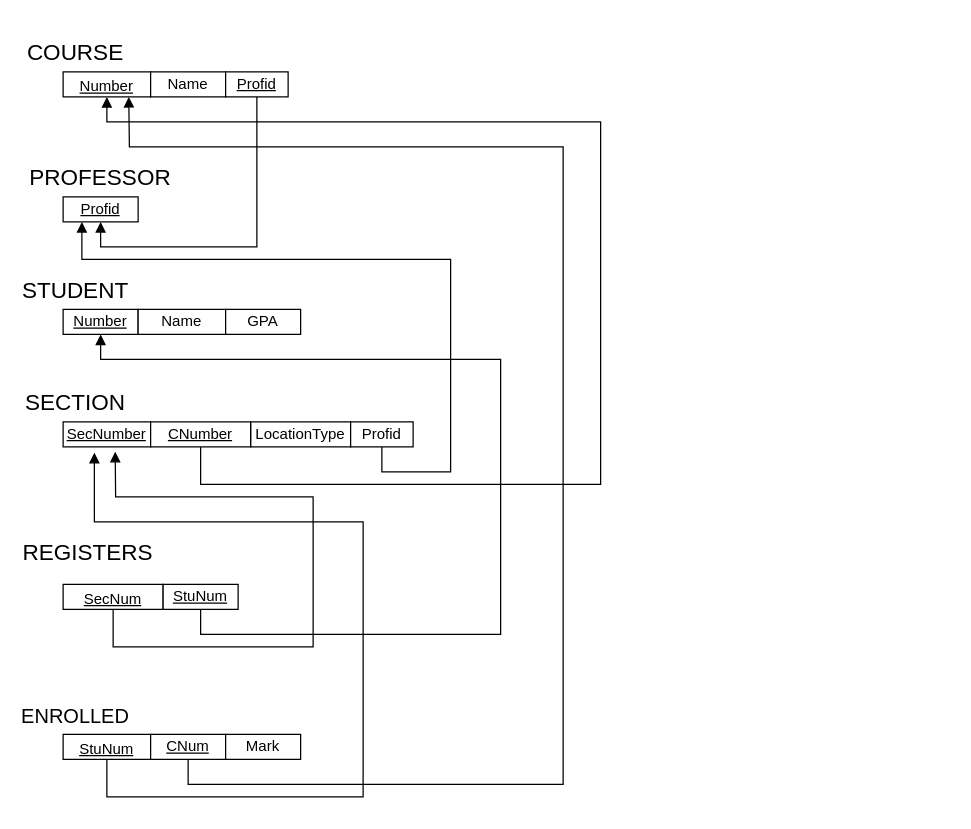
The draw.io diagram 3421q4.drawio in DylanBriSmith/DylanBriSmith, before the edit. Source tidied: cells renumbered, new cells numbered last; positions are measured from the earlier drawing's top-left corner, leaving out a move shared by most shapes. Both pictures are drawn from the tidied source at 125%, with x=0, y=0 at pixel (38, 34).
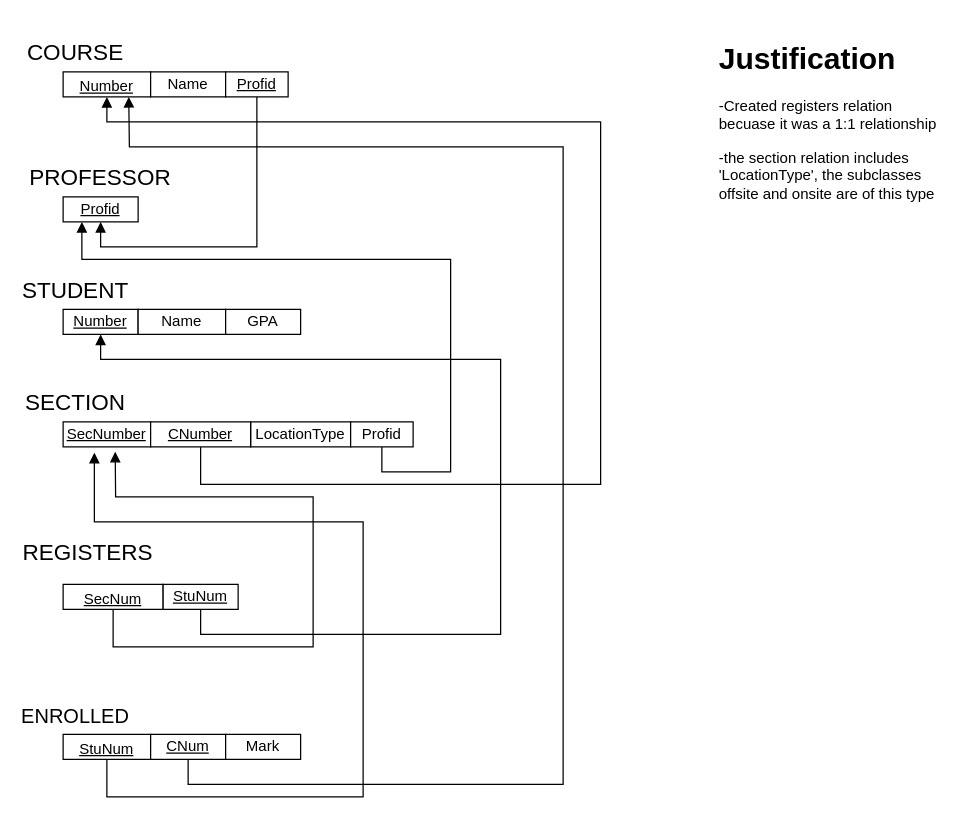
The same diagram, later.

The edit, as a diff of the source:
```diff
@@
+    <mxCell id="31" value="&lt;h1&gt;Justification&lt;/h1&gt;&lt;p&gt;-Created registers relation becuase it was a 1:1 relationship&lt;/p&gt;&lt;p&gt;-the section relation includes 'LocationType', the subclasses offsite and onsite are of this type&lt;/p&gt;" style="text;html=1;strokeColor=none;fillColor=none;spacing=5;spacingTop=-20;whiteSpace=wrap;overflow=hidden;rounded=0;" parent="1" vertex="1">
+      <mxGeometry x="540" width="190" height="140" as="geometry" />
+    </mxCell>
```
